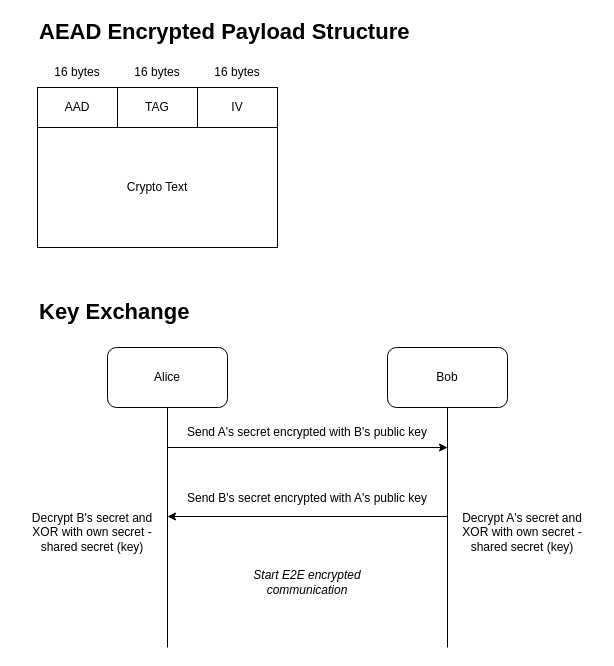
Prototype-Aether/Prototype-Aether keeps this draw.io diagram as page "Encrypted Packet" (5 of 6) of Software-Architecture.drawio. Above is the earlier version. Source tidied: cells renumbered, new cells numbered last; positions are measured from the earlier drawing's top-left corner, leaving out a move shared by most shapes. Both pictures are drawn from the tidied source at 100%, with x=0, y=0 at pixel (17, 17).
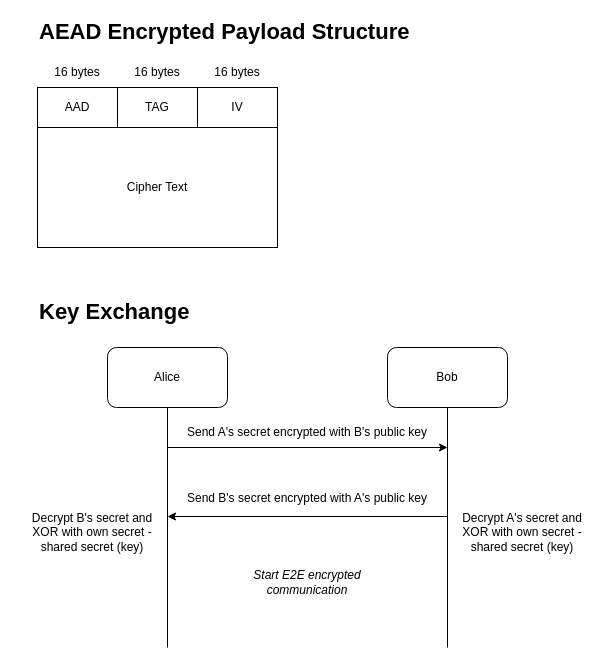
After the change.

Change to the diagram source:
```diff
@@
-    <mxCell id="7" value="Crypto Text" style="rounded=0;whiteSpace=wrap;html=1;" parent="1" vertex="1">
+    <mxCell id="7" value="Cipher Text" style="rounded=0;whiteSpace=wrap;html=1;" parent="1" vertex="1">
       <mxGeometry x="20" y="110" width="240" height="120" as="geometry" />
     </mxCell>
```
